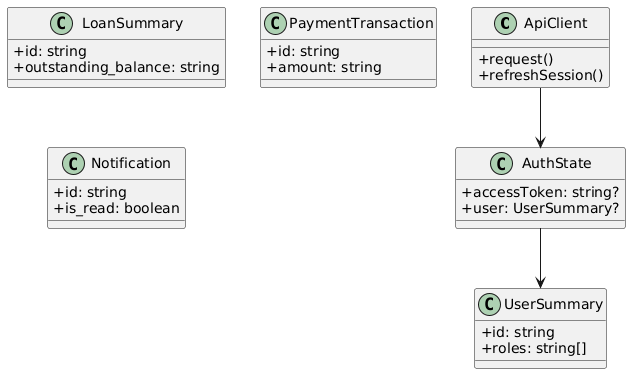
The PlantUML diagram docs/detailed-designs/diagrams/rendered/fe_class_api_types.png in QuinntyneBrown/LendQ, before a commit.
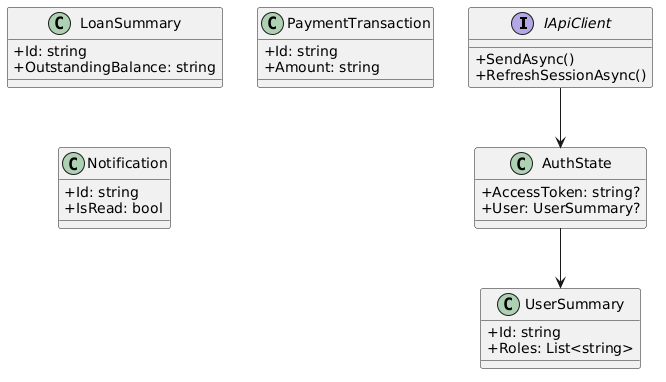
After the change.

The edit, as a diff of the source:
```diff
@@ -1,29 +1,29 @@
 @startuml
 skinparam classAttributeIconSize 0
-class ApiClient {
-  +request()
-  +refreshSession()
+interface IApiClient {
+  +SendAsync()
+  +RefreshSessionAsync()
 }
 class AuthState {
-  +accessToken: string?
-  +user: UserSummary?
+  +AccessToken: string?
+  +User: UserSummary?
 }
 class UserSummary {
-  +id: string
-  +roles: string[]
+  +Id: string
+  +Roles: List<string>
 }
 class LoanSummary {
-  +id: string
-  +outstanding_balance: string
+  +Id: string
+  +OutstandingBalance: string
 }
 class PaymentTransaction {
-  +id: string
-  +amount: string
+  +Id: string
+  +Amount: string
 }
 class Notification {
-  +id: string
-  +is_read: boolean
+  +Id: string
+  +IsRead: bool
 }
-ApiClient --> AuthState
+IApiClient --> AuthState
 AuthState --> UserSummary
 @enduml
```
